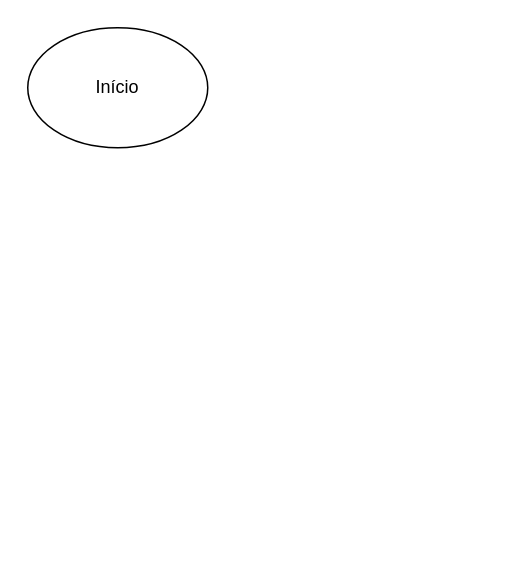
Before: fluxogramas/fluxograma_rebuild_plants.drawio in caioliveira277/drawio-fluxogramas, a draw.io diagram. Source tidied: cells renumbered, new cells numbered last; positions are measured from the earlier drawing's top-left corner, leaving out a move shared by most shapes. Both pictures are drawn from the tidied source at 150%, with x=0, y=0 at pixel (27, 27).
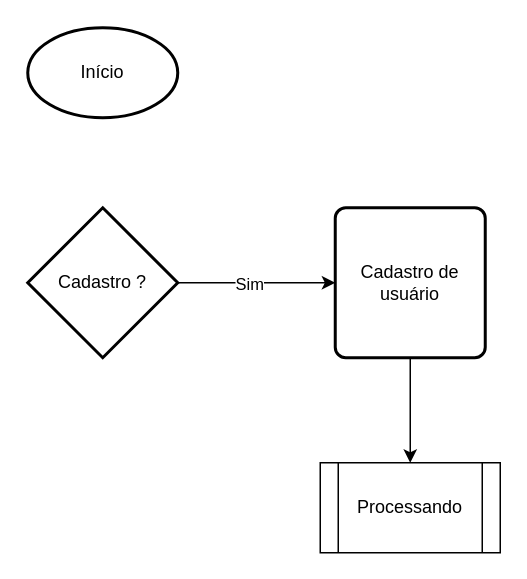
Above is the later version.

The edit, as a diff of the source:
```diff
@@
 <mxGraphModel>
   <root>
     <mxCell id="0" />
     <mxCell id="1" parent="0" />
+    <mxCell id="3" style="edgeStyle=orthogonalEdgeStyle;rounded=0;jettySize=auto;html=1;entryX=0.5;entryY=0;entryDx=0;entryDy=0;" parent="1" edge="1" source="4">
+      <mxGeometry relative="1" as="geometry">
+        <mxPoint x="255" y="290" as="targetPoint" />
+      </mxGeometry>
+    </mxCell>
+    <mxCell id="4" value="Cadastro de usuário" style="rounded=1;whiteSpace=wrap;html=1;absoluteArcSize=1;arcSize=14;strokeWidth=2;" parent="1" vertex="1">
+      <mxGeometry x="205" y="120" width="100" height="100" as="geometry" />
+    </mxCell>
-    <mxCell id="2" value="Início" style="ellipse;whiteSpace=wrap;html=1;" parent="1" vertex="1">
-      <mxGeometry width="120" height="80" as="geometry" />
+    <mxCell id="2" value="Início" style="strokeWidth=2;html=1;shape=mxgraph.flowchart.start_1;whiteSpace=wrap;" parent="1" vertex="1">
+      <mxGeometry width="100" height="60" as="geometry" />
     </mxCell>
+    <mxCell id="5" value="Processando" style="shape=process;whiteSpace=wrap;html=1;backgroundOutline=1;" parent="1" vertex="1">
+      <mxGeometry x="195" y="290" width="120" height="60" as="geometry" />
+    </mxCell>
+    <mxCell id="6" style="edgeStyle=orthogonalEdgeStyle;rounded=0;jettySize=auto;html=1;" parent="1" edge="1" source="8" target="4">
+      <mxGeometry relative="1" as="geometry" />
+    </mxCell>
+    <mxCell id="7" value="Sim" style="edgeLabel;html=1;align=center;verticalAlign=middle;" parent="6" vertex="1">
+      <mxGeometry x="-0.11" relative="1" as="geometry" />
+    </mxCell>
+    <mxCell id="8" value="Cadastro ?" style="strokeWidth=2;html=1;shape=mxgraph.flowchart.decision;whiteSpace=wrap;" parent="1" vertex="1">
+      <mxGeometry y="120" width="100" height="100" as="geometry" />
+    </mxCell>
   </root>
 </mxGraphModel>
```
